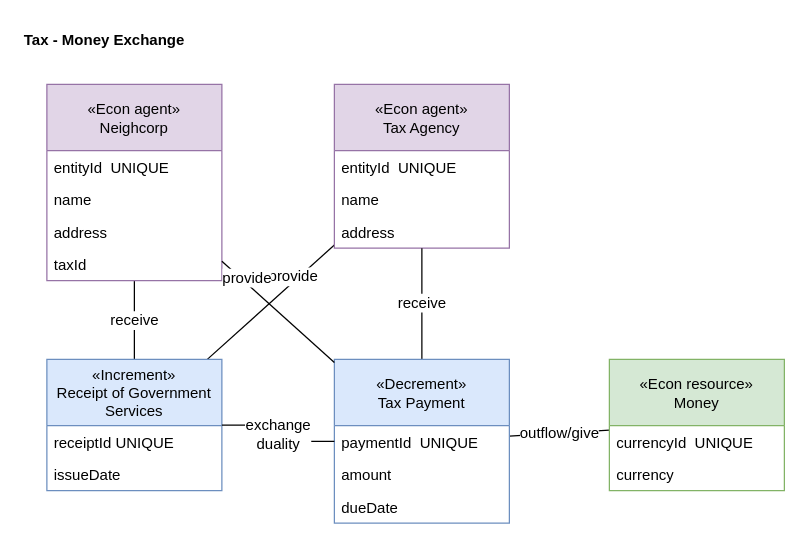
This is page "Tax Exchange" (9 of 10) of media/IS1_Project_REA.drawio from tudwiglemmel/Neigh-Corp---Golden-Meadows, a draw.io file, before an edit. Source tidied: cells renumbered, new cells numbered last; positions are measured from the earlier drawing's top-left corner, leaving out a move shared by most shapes. Both pictures are drawn from the tidied source at 125%, with x=0, y=0 at pixel (21, 21).
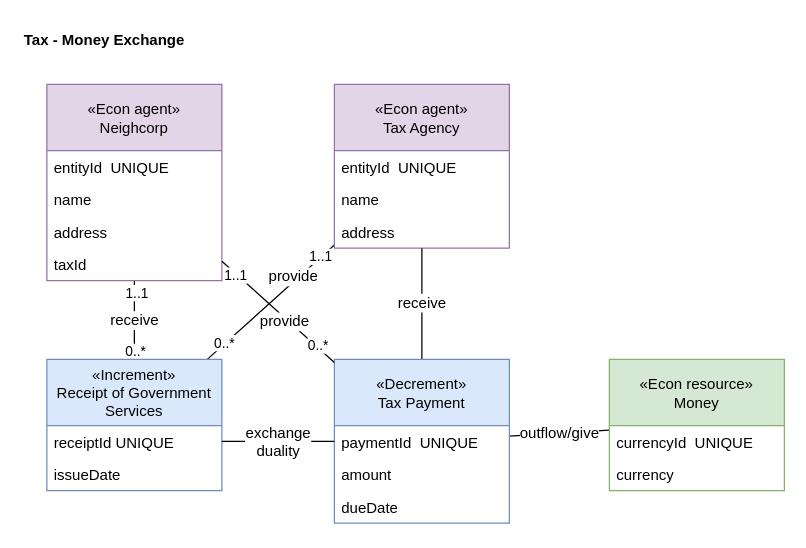
The same diagram, later.

The change refers to these unchanged cells:
```xml
<mxCell id="3" value="receive" style="edgeStyle=orthogonalEdgeStyle;rounded=0;jettySize=auto;html=1;fontFamily=Helvetica;fontSize=12;fontColor=default;endArrow=none;endFill=0;" parent="1" edge="1" source="4" target="14">
  <mxGeometry relative="1" as="geometry" />
</mxCell>
<mxCell id="4" value="«Econ agent»&lt;div&gt;Neighcorp&lt;/div&gt;" style="whiteSpace=wrap;html=1;fillColor=#e1d5e7;strokeColor=#9673a6;shape=swimlane;fontStyle=0;startSize=53;horizontal=1;align=center;verticalAlign=middle;fontFamily=Helvetica;fontSize=12;fontColor=default;" parent="1" vertex="1">
  <mxGeometry x="20" y="50" width="140" height="157" as="geometry" />
</mxCell>
<mxCell id="9" value="provide" style="rounded=0;jettySize=auto;html=1;fontFamily=Helvetica;fontSize=12;fontColor=default;endArrow=none;endFill=0;" parent="1" edge="1" source="10" target="14">
  <mxGeometry x="-0.38" y="-3" relative="1" as="geometry" />
</mxCell>
<mxCell id="14" value="«Increment»&lt;div&gt;Receipt of Government Services&lt;/div&gt;" style="whiteSpace=wrap;html=1;fillColor=#dae8fc;strokeColor=#6c8ebf;shape=swimlane;fontStyle=0;startSize=53;horizontal=1;align=center;verticalAlign=middle;fontFamily=Helvetica;fontSize=12;" parent="1" vertex="1">
  <mxGeometry x="20" y="270" width="140" height="105" as="geometry" />
</mxCell>
<mxCell id="19" value="«Decrement»&lt;div&gt;Tax Payment&lt;/div&gt;" style="whiteSpace=wrap;html=1;fillColor=#dae8fc;strokeColor=#6c8ebf;shape=swimlane;fontStyle=0;startSize=53;horizontal=1;align=center;verticalAlign=middle;fontFamily=Helvetica;fontSize=12;" parent="1" vertex="1">
  <mxGeometry x="250" y="270" width="140" height="131" as="geometry" />
</mxCell>
```

Change to the diagram source:
```diff
@@
+    <mxCell id="28" value="0..*" style="edgeLabel;html=1;align=center;verticalAlign=middle;" parent="3" vertex="1">
+      <mxGeometry x="0.77" relative="1" as="geometry" />
+    </mxCell>
+    <mxCell id="29" value="1..1" style="edgeLabel;html=1;align=center;verticalAlign=middle;" parent="3" vertex="1">
+      <mxGeometry x="-0.73" y="1" relative="1" as="geometry" />
+    </mxCell>
@@
+    <mxCell id="30" value="1..1" style="edgeLabel;html=1;align=center;verticalAlign=middle;" parent="9" vertex="1">
+      <mxGeometry x="-0.78" y="-1" relative="1" as="geometry" />
+    </mxCell>
+    <mxCell id="31" value="0..*" style="edgeLabel;html=1;align=center;verticalAlign=middle;" parent="9" vertex="1">
+      <mxGeometry x="0.72" y="-1" relative="1" as="geometry" />
+    </mxCell>
@@
     <mxCell id="26" value="exchange&lt;div&gt;duality&lt;/div&gt;" style="edgeStyle=orthogonalEdgeStyle;rounded=0;jettySize=auto;html=1;fontFamily=Helvetica;fontSize=12;fontColor=default;endArrow=none;endFill=0;" parent="1" edge="1" source="14" target="19">
-      <mxGeometry relative="1" as="geometry" />
+      <mxGeometry relative="1" as="geometry">
+        <Array as="points">
+          <mxPoint x="190" y="335.5" />
+          <mxPoint x="190" y="335.5" />
+        </Array>
+      </mxGeometry>
     </mxCell>
     <mxCell id="27" value="provide" style="rounded=0;jettySize=auto;html=1;fontFamily=Helvetica;fontSize=12;fontColor=default;endArrow=none;endFill=0;" parent="1" edge="1" source="4" target="19">
-      <mxGeometry x="-0.61" y="3" relative="1" as="geometry" />
+      <mxGeometry x="0.15" y="-3" relative="1" as="geometry">
+        <mxPoint y="-1" as="offset" />
+      </mxGeometry>
     </mxCell>
+    <mxCell id="32" value="1..1" style="edgeLabel;html=1;align=center;verticalAlign=middle;" parent="27" vertex="1">
+      <mxGeometry x="-0.75" y="-1" relative="1" as="geometry" />
+    </mxCell>
+    <mxCell id="33" value="0..*" style="edgeLabel;html=1;align=center;verticalAlign=middle;" parent="27" vertex="1">
+      <mxGeometry x="0.68" y="1" relative="1" as="geometry" />
+    </mxCell>
```
